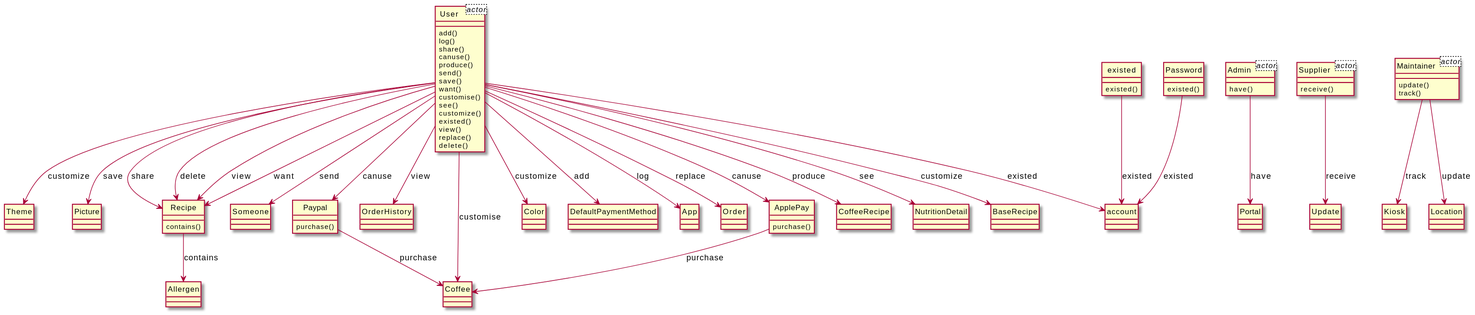
Above: output/diagram_5/2018-USC-Project05.svg in xixixhalu/DomainModelExtractor (PlantUML), before the change.
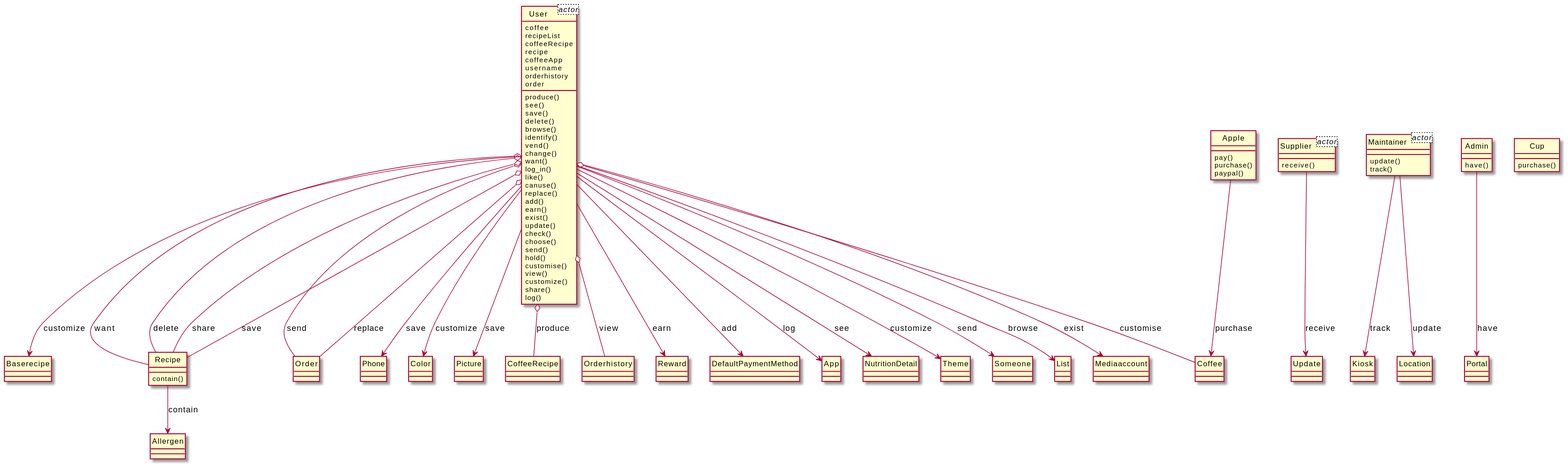
The same diagram one commit later.

Change to the diagram source:
```diff
@@ -1,49 +1,73 @@
 @startuml
 hide circle
 class User<actor> {
-}
-class Admin<actor> {
+	coffee
+	recipeList
+	coffeeRecipe
+	recipe
+	coffeeApp
+	username
+	orderhistory
+	order
 }
 class Supplier<actor> {
 }
 class Maintainer<actor> {
 }
 class User {
+	produce()
+	see()
+	save()
+	delete()
+	browse()
+	identify()
+	vend()
+	change()
+	want()
+	log_in()
+	like()
+	canuse()
+	replace()
 	add()
+	earn()
+	exist()
+	update()
+	check()
+	choose()
+	send()
+	hold()
+	customise()
+	view()
+	customize()
+	share()
 	log()
-	share()
-	canuse()
-	produce()
-	send()
-	save()
-	want()
-	customise()
-	see()
-	customize()
-	existed()
-	view()
-	replace()
-	delete()
 }
-class Theme {
+class Supplier {
+	receive()
 }
-class Picture {
+class Mediaaccount {
 }
-class account {
-}
-class Recipe {
-	contains()
-}
-class Someone {
-}
-class Paypal {
-	purchase()
-}
-class OrderHistory {
+class Baserecipe {
 }
 class Maintainer {
 	update()
 	track()
+}
+class Recipe {
+	contain()
+}
+class Order {
+}
+class Phone {
+}
+class Color {
+}
+class Apple {
+	pay()
+	purchase()
+	paypal()
+}
+class Picture {
 }
 class Kiosk {
 }
@@ -54,64 +78,58 @@
 }
 class Portal {
 }
-class Color {
+class CoffeeRecipe {
+}
+class Orderhistory {
+}
+class Reward {
+}
+class DefaultPaymentMethod {
+}
+class Cup {
+	purchase()
+}
+class App {
 }
 class Location {
 }
-class DefaultPaymentMethod {
+class Allergen {
 }
-class Supplier {
-	receive()
+class NutritionDetail {
+}
+class Theme {
+}
+class Someone {
 }
 class Update {
 }
-class App {
+class List {
 }
-class existed {
-	existed()
-}
-class Password {
-	existed()
-}
-class Order {
-}
-class ApplePay {
-	purchase()
-}
-class Allergen {
-}
-class CoffeeRecipe {
-}
-class NutritionDetail {
-}
-class BaseRecipe {
-}
-User --> account : existed
+User --> Phone : save
+User --> List : browse
+User o-- Order : send
+User --> Mediaaccount : exist
+User --> Color : customize
+User --> DefaultPaymentMethod : add
+User o-- Recipe : share
+User o-- Recipe : save
+User o-- Recipe : want
 User --> App : log
-User --> Recipe : share
-User --> Color : customize
-User --> Recipe : delete
-existed --> account : existed
-User --> Recipe : view
+Maintainer --> Location : update
+User --> Picture : save
+Recipe --> Allergen : contain
+Maintainer --> Kiosk : track
+User --> Baserecipe : customize
+User --> NutritionDetail : see
+Apple --> Coffee : purchase
+User --> Reward : earn
+User --> Theme : customize
+User o-- Recipe : delete
+Admin --> Portal : have
 User --> Someone : send
-Password --> account : existed
-User --> Recipe : want
-User --> Paypal : canuse
-User --> Order : replace
-Paypal --> Coffee : purchase
-User --> OrderHistory : view
-User --> ApplePay : canuse
-Recipe --> Allergen : contains
-Maintainer --> Kiosk : track
-Admin --> Portal : have
-User --> CoffeeRecipe : produce
-Maintainer --> Location : update
-User --> Coffee : customise
-User --> DefaultPaymentMethod : add
-User --> NutritionDetail : see
-User --> Theme : customize
-User --> BaseRecipe : customize
-User --> Picture : save
+User o-- Order : replace
+User o-- CoffeeRecipe : produce
 Supplier --> Update : receive
-ApplePay --> Coffee : purchase
+User o-- Orderhistory : view
+User o-- Coffee : customise
 @enduml
```
